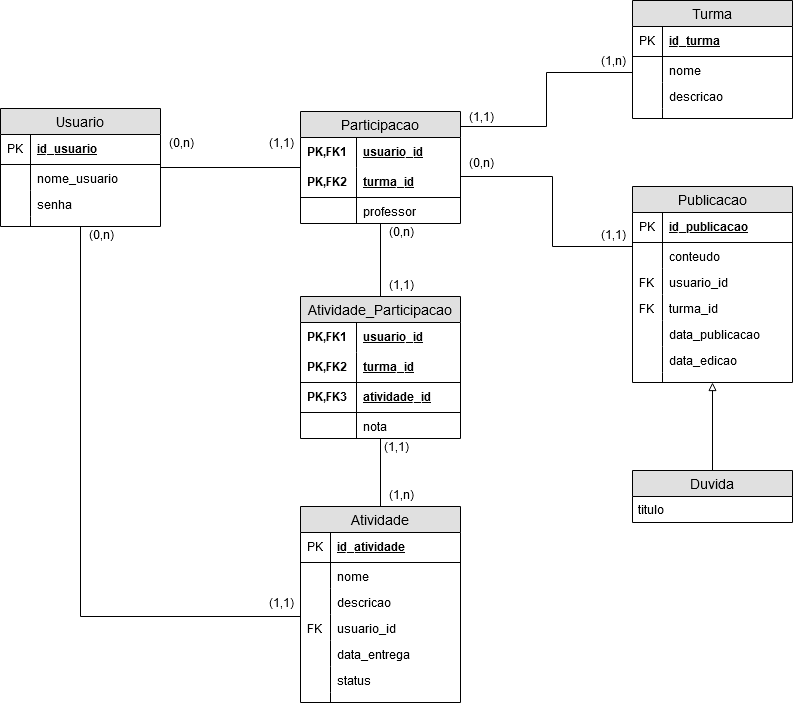
The draw.io diagram modelagem/educacao_mer.png in fernandonagase/aprendamos, before a commit. Source tidied: cells renumbered, new cells last; positions are measured from the earlier drawing's top-left corner, leaving out a move shared by most shapes.
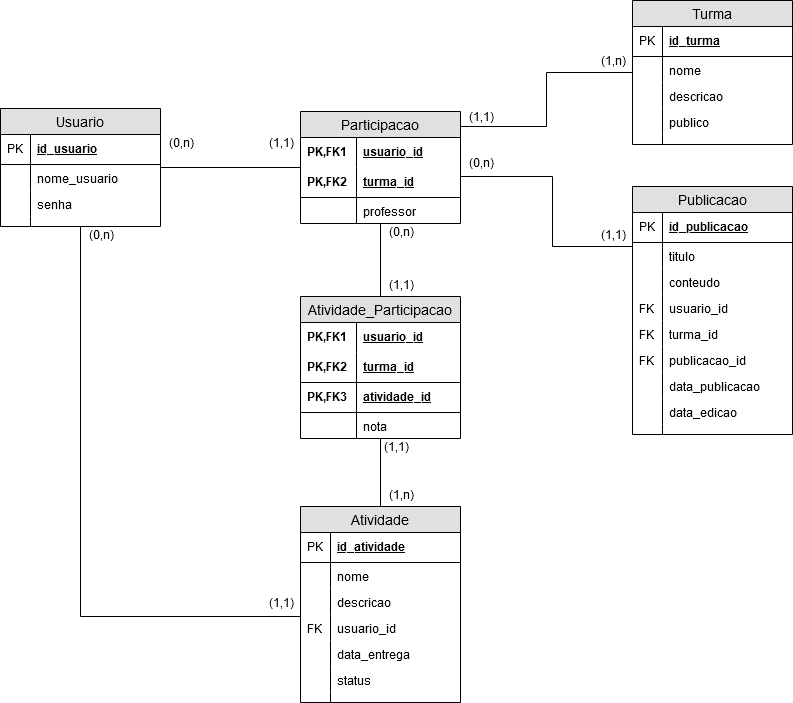
Later version of the same file.

Change to the diagram source:
```diff
@@ -62,7 +62,7 @@
       <mxGeometry width="56" height="26" as="geometry" />
     </mxCell>
     <mxCell id="20" value="Turma" style="swimlane;fontStyle=0;horizontal=1;startSize=26;fillColor=#e0e0e0;swimlaneFillColor=#ffffff;align=center;fontSize=14;" parent="1" vertex="1">
-      <mxGeometry x="632" width="160" height="118" as="geometry" />
+      <mxGeometry x="632" width="160" height="144" as="geometry" />
     </mxCell>
     <mxCell id="21" value="id_turma" style="shape=partialRectangle;top=0;left=0;right=0;bottom=1;align=left;verticalAlign=middle;fillColor=none;spacingLeft=34;spacingRight=4;overflow=hidden;fontStyle=5;fontSize=12;" parent="20" vertex="1">
       <mxGeometry y="26" width="160" height="30" as="geometry" />
@@ -82,8 +82,14 @@
     <mxCell id="26" style="shape=partialRectangle;top=0;left=0;bottom=0;fillColor=none;align=left;verticalAlign=top;spacingLeft=4;spacingRight=4;overflow=hidden;fontSize=12;" parent="25" vertex="1">
       <mxGeometry width="30" height="26" as="geometry" />
     </mxCell>
+    <mxCell id="87" value="publico" style="shape=partialRectangle;top=0;left=0;right=0;bottom=0;align=left;verticalAlign=top;fillColor=none;spacingLeft=34;spacingRight=4;overflow=hidden;fontSize=12;" parent="20" vertex="1">
+      <mxGeometry y="108" width="160" height="26" as="geometry" />
+    </mxCell>
+    <mxCell id="88" style="shape=partialRectangle;top=0;left=0;bottom=0;fillColor=none;align=left;verticalAlign=top;spacingLeft=4;spacingRight=4;overflow=hidden;fontSize=12;" parent="87" vertex="1">
+      <mxGeometry width="30" height="26" as="geometry" />
+    </mxCell>
     <mxCell id="27" style="shape=partialRectangle;top=0;left=0;right=0;bottom=0;align=left;verticalAlign=top;fillColor=none;spacingLeft=34;spacingRight=4;overflow=hidden;fontSize=12;" parent="20" vertex="1">
-      <mxGeometry y="108" width="160" height="10" as="geometry" />
+      <mxGeometry y="134" width="160" height="10" as="geometry" />
     </mxCell>
     <mxCell id="28" style="shape=partialRectangle;top=0;left=0;bottom=0;fillColor=none;align=left;verticalAlign=top;spacingLeft=4;spacingRight=4;overflow=hidden;fontSize=12;" parent="27" vertex="1">
       <mxGeometry width="30" height="10" as="geometry" />
@@ -109,7 +115,7 @@
       <mxGeometry x="592" y="52" width="40" height="20" as="geometry" />
     </mxCell>
     <mxCell id="34" value="Publicacao" style="swimlane;fontStyle=0;horizontal=1;startSize=26;fillColor=#e0e0e0;swimlaneFillColor=#ffffff;align=center;fontSize=14;" parent="1" vertex="1">
-      <mxGeometry x="632" y="186" width="160" height="196" as="geometry" />
+      <mxGeometry x="632" y="186" width="160" height="248" as="geometry" />
     </mxCell>
     <mxCell id="35" value="id_publicacao" style="shape=partialRectangle;top=0;left=0;right=0;bottom=1;align=left;verticalAlign=middle;fillColor=none;spacingLeft=34;spacingRight=4;overflow=hidden;fontStyle=5;fontSize=12;" parent="34" vertex="1">
       <mxGeometry y="26" width="160" height="30" as="geometry" />
@@ -117,38 +123,50 @@
     <mxCell id="36" value="PK" style="shape=partialRectangle;top=0;left=0;bottom=0;fillColor=none;align=left;verticalAlign=middle;spacingLeft=4;spacingRight=4;overflow=hidden;fontSize=12;" parent="35" vertex="1">
       <mxGeometry width="30" height="30" as="geometry" />
     </mxCell>
+    <mxCell id="86" value="titulo" style="shape=partialRectangle;top=0;left=0;right=0;bottom=0;align=left;verticalAlign=top;fillColor=none;spacingLeft=34;spacingRight=4;overflow=hidden;fontSize=12;" parent="34" vertex="1">
+      <mxGeometry y="56" width="160" height="26" as="geometry" />
+    </mxCell>
+    <mxCell id="89" style="shape=partialRectangle;top=0;left=0;bottom=0;fillColor=none;align=left;verticalAlign=top;spacingLeft=4;spacingRight=4;overflow=hidden;fontSize=12;" parent="86" vertex="1">
+      <mxGeometry width="30" height="26" as="geometry" />
+    </mxCell>
     <mxCell id="37" value="conteudo" style="shape=partialRectangle;top=0;left=0;right=0;bottom=0;align=left;verticalAlign=top;fillColor=none;spacingLeft=34;spacingRight=4;overflow=hidden;fontSize=12;" parent="34" vertex="1">
-      <mxGeometry y="56" width="160" height="26" as="geometry" />
+      <mxGeometry y="82" width="160" height="26" as="geometry" />
     </mxCell>
     <mxCell id="38" style="shape=partialRectangle;top=0;left=0;bottom=0;fillColor=none;align=left;verticalAlign=top;spacingLeft=4;spacingRight=4;overflow=hidden;fontSize=12;" parent="37" vertex="1">
       <mxGeometry width="30" height="26" as="geometry" />
     </mxCell>
     <mxCell id="39" value="usuario_id" style="shape=partialRectangle;top=0;left=0;right=0;bottom=0;align=left;verticalAlign=top;fillColor=none;spacingLeft=34;spacingRight=4;overflow=hidden;fontSize=12;" parent="34" vertex="1">
-      <mxGeometry y="82" width="160" height="26" as="geometry" />
+      <mxGeometry y="108" width="160" height="26" as="geometry" />
     </mxCell>
     <mxCell id="40" value="FK" style="shape=partialRectangle;top=0;left=0;bottom=0;fillColor=none;align=left;verticalAlign=top;spacingLeft=4;spacingRight=4;overflow=hidden;fontSize=12;" parent="39" vertex="1">
       <mxGeometry width="30" height="26" as="geometry" />
     </mxCell>
     <mxCell id="41" value="turma_id" style="shape=partialRectangle;top=0;left=0;right=0;bottom=0;align=left;verticalAlign=top;fillColor=none;spacingLeft=34;spacingRight=4;overflow=hidden;fontSize=12;" parent="34" vertex="1">
-      <mxGeometry y="108" width="160" height="26" as="geometry" />
+      <mxGeometry y="134" width="160" height="26" as="geometry" />
     </mxCell>
     <mxCell id="42" value="FK" style="shape=partialRectangle;top=0;left=0;bottom=0;fillColor=none;align=left;verticalAlign=top;spacingLeft=4;spacingRight=4;overflow=hidden;fontSize=12;" parent="41" vertex="1">
       <mxGeometry width="30" height="26" as="geometry" />
     </mxCell>
+    <mxCell id="90" value="publicacao_id" style="shape=partialRectangle;top=0;left=0;right=0;bottom=0;align=left;verticalAlign=top;fillColor=none;spacingLeft=34;spacingRight=4;overflow=hidden;fontSize=12;" parent="34" vertex="1">
+      <mxGeometry y="160" width="160" height="26" as="geometry" />
+    </mxCell>
+    <mxCell id="91" value="FK" style="shape=partialRectangle;top=0;left=0;bottom=0;fillColor=none;align=left;verticalAlign=top;spacingLeft=4;spacingRight=4;overflow=hidden;fontSize=12;" parent="90" vertex="1">
+      <mxGeometry width="30" height="26" as="geometry" />
+    </mxCell>
     <mxCell id="43" value="data_publicacao" style="shape=partialRectangle;top=0;left=0;right=0;bottom=0;align=left;verticalAlign=top;fillColor=none;spacingLeft=34;spacingRight=4;overflow=hidden;fontSize=12;" parent="34" vertex="1">
-      <mxGeometry y="134" width="160" height="26" as="geometry" />
+      <mxGeometry y="186" width="160" height="26" as="geometry" />
     </mxCell>
     <mxCell id="44" style="shape=partialRectangle;top=0;left=0;bottom=0;fillColor=none;align=left;verticalAlign=top;spacingLeft=4;spacingRight=4;overflow=hidden;fontSize=12;" parent="43" vertex="1">
       <mxGeometry width="30" height="26" as="geometry" />
     </mxCell>
     <mxCell id="45" value="data_edicao" style="shape=partialRectangle;top=0;left=0;right=0;bottom=0;align=left;verticalAlign=top;fillColor=none;spacingLeft=34;spacingRight=4;overflow=hidden;fontSize=12;" parent="34" vertex="1">
-      <mxGeometry y="160" width="160" height="26" as="geometry" />
+      <mxGeometry y="212" width="160" height="26" as="geometry" />
     </mxCell>
     <mxCell id="46" style="shape=partialRectangle;top=0;left=0;bottom=0;fillColor=none;align=left;verticalAlign=top;spacingLeft=4;spacingRight=4;overflow=hidden;fontSize=12;" parent="45" vertex="1">
       <mxGeometry width="30" height="26" as="geometry" />
     </mxCell>
     <mxCell id="47" style="shape=partialRectangle;top=0;left=0;right=0;bottom=0;align=left;verticalAlign=top;fillColor=none;spacingLeft=34;spacingRight=4;overflow=hidden;fontSize=12;" parent="34" vertex="1">
-      <mxGeometry y="186" width="160" height="10" as="geometry" />
+      <mxGeometry y="238" width="160" height="10" as="geometry" />
     </mxCell>
     <mxCell id="48" style="shape=partialRectangle;top=0;left=0;bottom=0;fillColor=none;align=left;verticalAlign=top;spacingLeft=4;spacingRight=4;overflow=hidden;fontSize=12;" parent="47" vertex="1">
       <mxGeometry width="30" height="10" as="geometry" />
@@ -262,14 +280,5 @@
     <mxCell id="83" value="(1,1)" style="text;html=1;strokeColor=none;fillColor=none;align=center;verticalAlign=middle;whiteSpace=wrap;rounded=0;" parent="1" vertex="1">
       <mxGeometry x="380" y="276" width="40" height="20" as="geometry" />
     </mxCell>
-    <mxCell id="84" style="edgeStyle=orthogonalEdgeStyle;rounded=0;jettySize=auto;html=1;endArrow=block;endFill=0;" parent="1" edge="1" source="85" target="34">
-      <mxGeometry relative="1" as="geometry" />
-    </mxCell>
-    <mxCell id="85" value="Duvida" style="swimlane;fontStyle=0;horizontal=1;startSize=26;fillColor=#e0e0e0;swimlaneFillColor=#ffffff;align=center;fontSize=14;" parent="1" vertex="1">
-      <mxGeometry x="632" y="470" width="160" height="52" as="geometry" />
-    </mxCell>
-    <mxCell id="86" value="titulo" style="text;strokeColor=none;fillColor=none;spacingLeft=4;spacingRight=4;overflow=hidden;fontSize=12;" parent="85" vertex="1">
-      <mxGeometry y="26" width="160" height="26" as="geometry" />
-    </mxCell>
   </root>
 </mxGraphModel>
```
